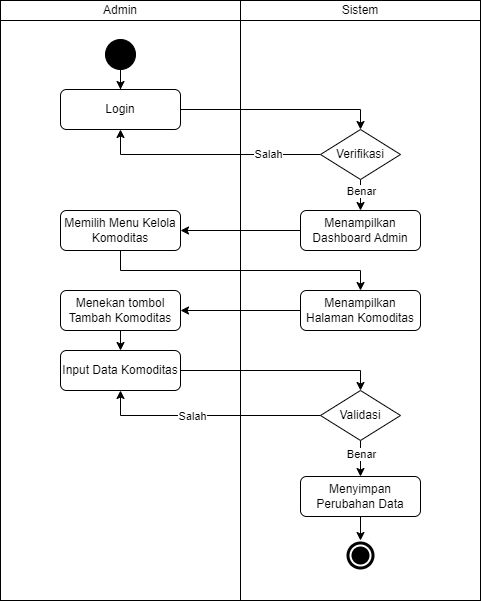
Earlier version of the draw.io export docs/activity-diagram/commodities/create-commodity.drawio.png (mitra-agro-usaha-perkebunan/maup-app-docs). Source tidied: cells renumbered, new cells last; positions are measured from the earlier drawing's top-left corner, leaving out a move shared by most shapes.
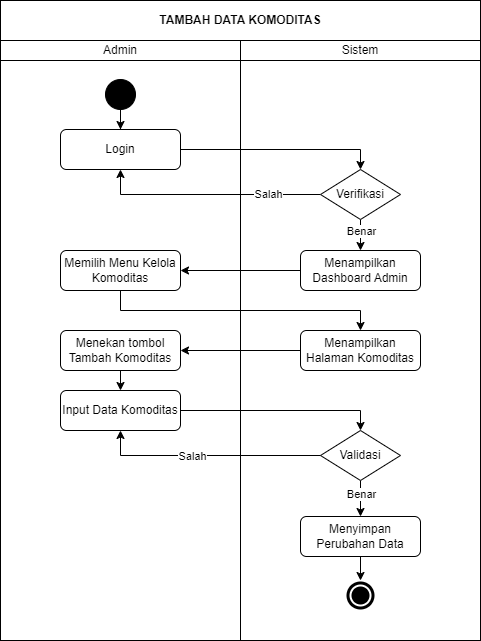
Later version of the same file.

Diff of the diagram source:
```diff
@@ -117,5 +117,8 @@
         <mxPoint y="-2" as="offset" />
       </mxGeometry>
     </mxCell>
+    <mxCell id="33" value="&lt;b&gt;TAMBAH DATA KOMODITAS&lt;/b&gt;" style="rounded=0;whiteSpace=wrap;html=1;" parent="1" vertex="1">
+      <mxGeometry y="-40" width="480" height="40" as="geometry" />
+    </mxCell>
   </root>
 </mxGraphModel>
```
